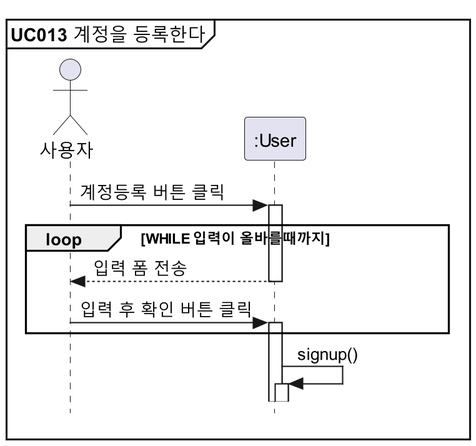
Earlier version of the PlantUML export docs/설계명세서/images/seq_diag/uc013.png (parkchamchi/SoftwareEngineering2023).
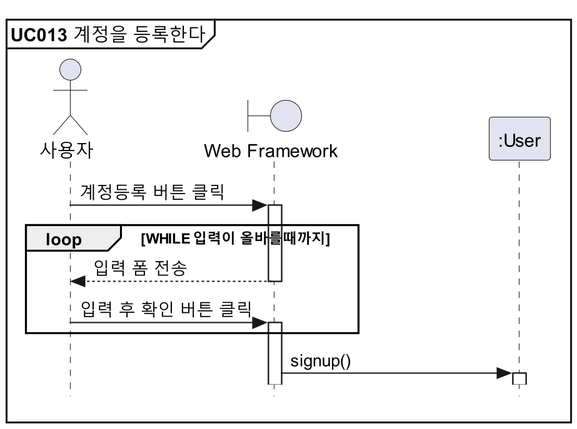
The same file after the commit.

The edit, as a diff of the source:
```diff
@@ -3,16 +3,16 @@
 
 mainframe **UC013** 계정을 등록한다
 
-actor 사용자
+!includesub style.puml!PARTICIPANTS
 participant ":User" as User
 
-사용자 -> User : 계정등록 버튼 클릭
+사용자 -> view : 계정등록 버튼 클릭
 
 loop WHILE 입력이 올바를때까지
-	User --> 사용자 : 입력 폼 전송
-	사용자 -> User : 입력 후 확인 버튼 클릭
+	view --> 사용자 : 입력 폼 전송
+	사용자 -> view : 입력 후 확인 버튼 클릭
 end
 
-User -> User : signup()
+view -> User : signup()
 
 @enduml
```
